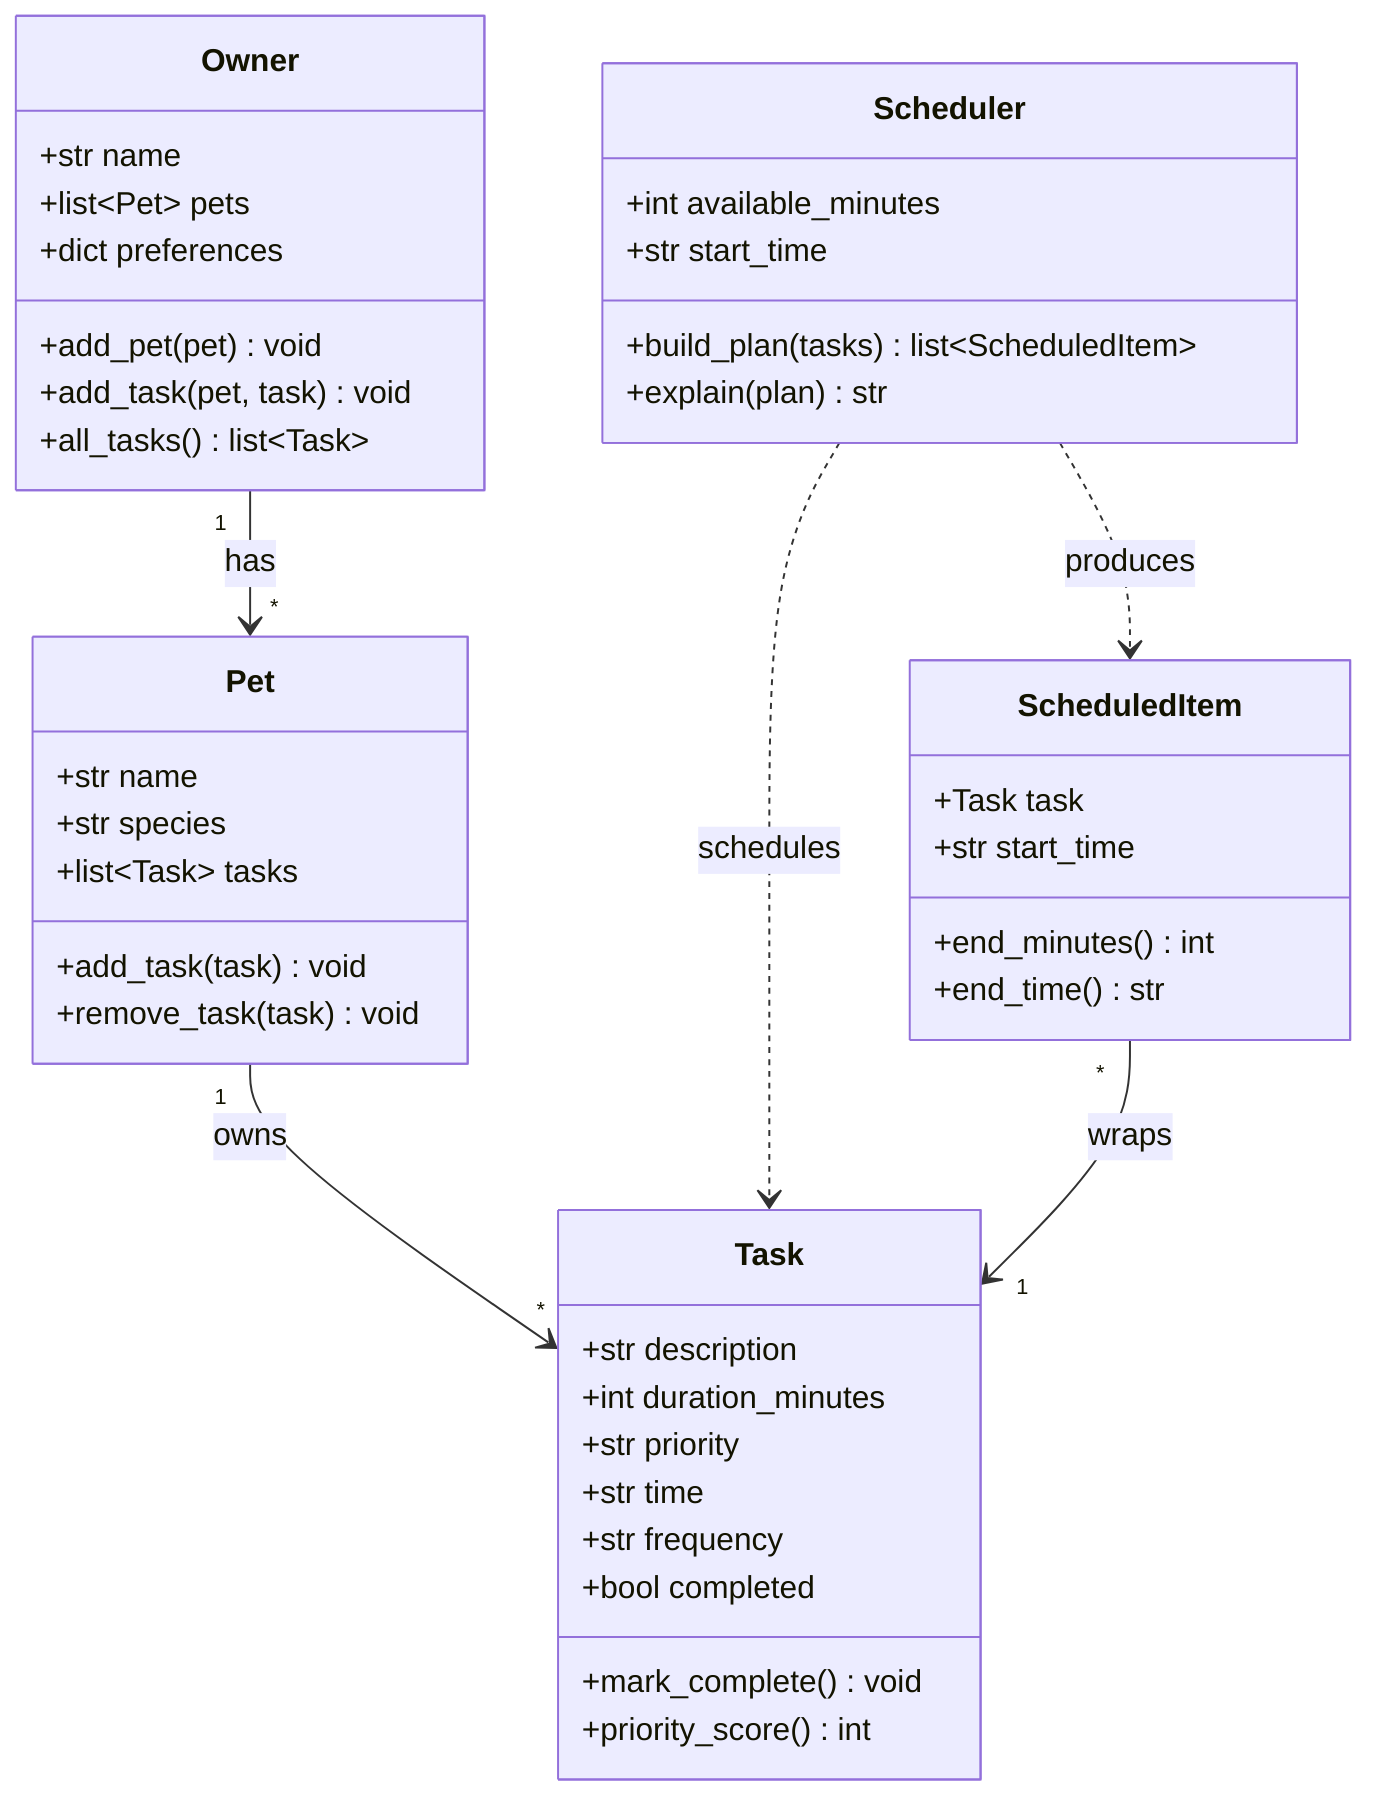
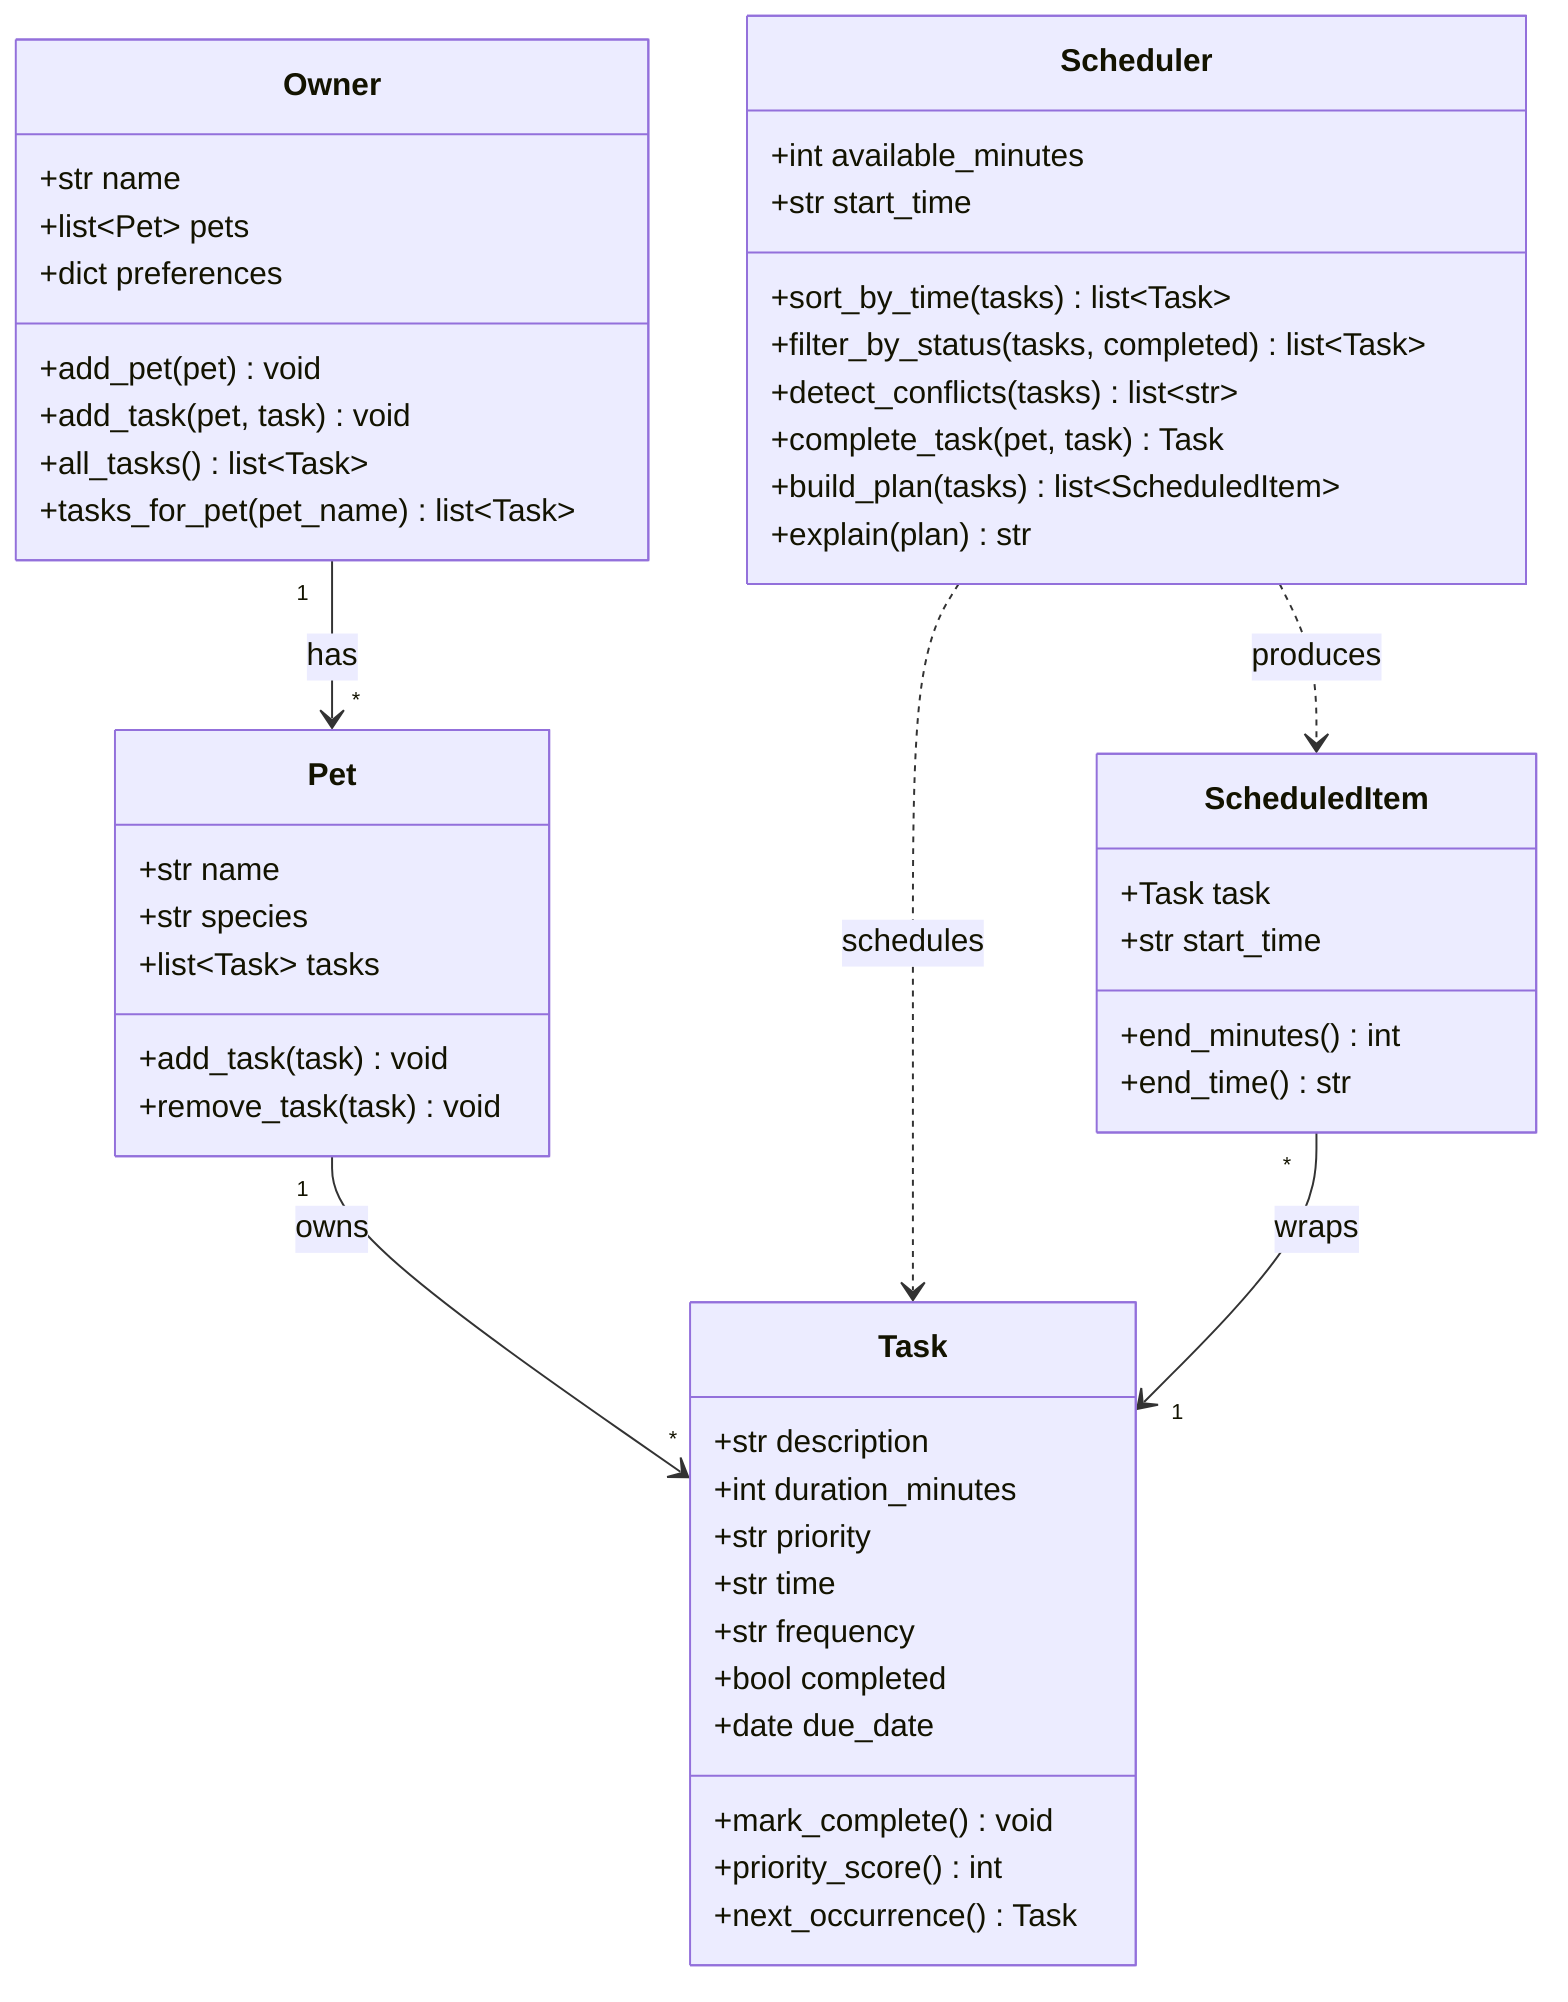
classDiagram
    %% PawPal+ class diagram. Keep this updated so it matches your final implementation.

    class Owner {
        +str name
        +list~Pet~ pets
        +dict preferences
        +add_pet(pet) void
        +add_task(pet, task) void
        +all_tasks() list~Task~
+         +tasks_for_pet(pet_name) list~Task~
    }

    class Pet {
        +str name
        +str species
        +list~Task~ tasks
        +add_task(task) void
        +remove_task(task) void
    }

    class Task {
        +str description
        +int duration_minutes
        +str priority
        +str time
        +str frequency
        +bool completed
+         +date due_date
        +mark_complete() void
        +priority_score() int
+         +next_occurrence() Task
    }

    class Scheduler {
        +int available_minutes
        +str start_time
+         +sort_by_time(tasks) list~Task~
+         +filter_by_status(tasks, completed) list~Task~
+         +detect_conflicts(tasks) list~str~
+         +complete_task(pet, task) Task
        +build_plan(tasks) list~ScheduledItem~
        +explain(plan) str
    }

    class ScheduledItem {
        +Task task
        +str start_time
        +end_minutes() int
        +end_time() str
    }

    Owner "1" --> "*" Pet : has
    Pet "1" --> "*" Task : owns
    Scheduler ..> Task : schedules
    Scheduler ..> ScheduledItem : produces
    ScheduledItem "*" --> "1" Task : wraps
